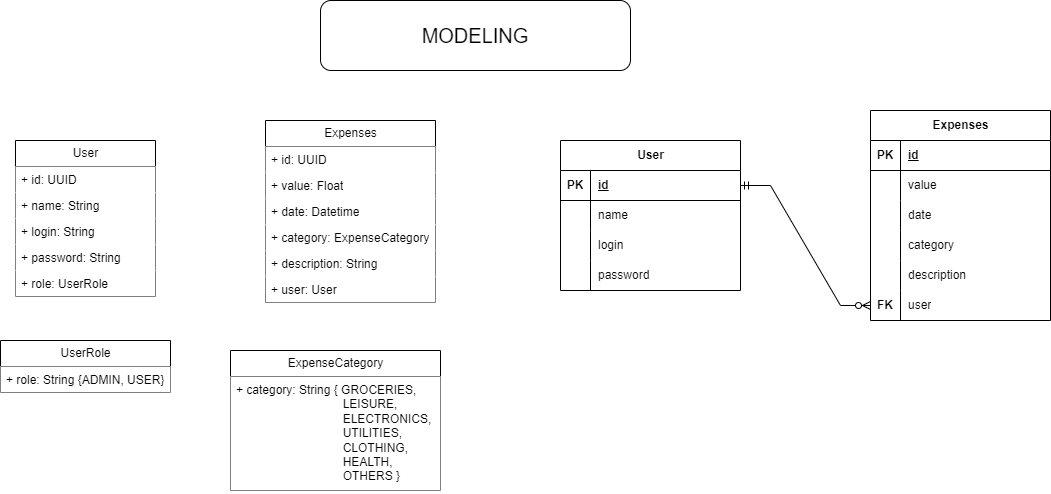
RenanCosta2/expense-tracker keeps this draw.io diagram as expense-tracker.drawio.png. Above is the earlier version. Source tidied: cells renumbered, new cells last; positions are measured from the earlier drawing's top-left corner, leaving out a move shared by most shapes.
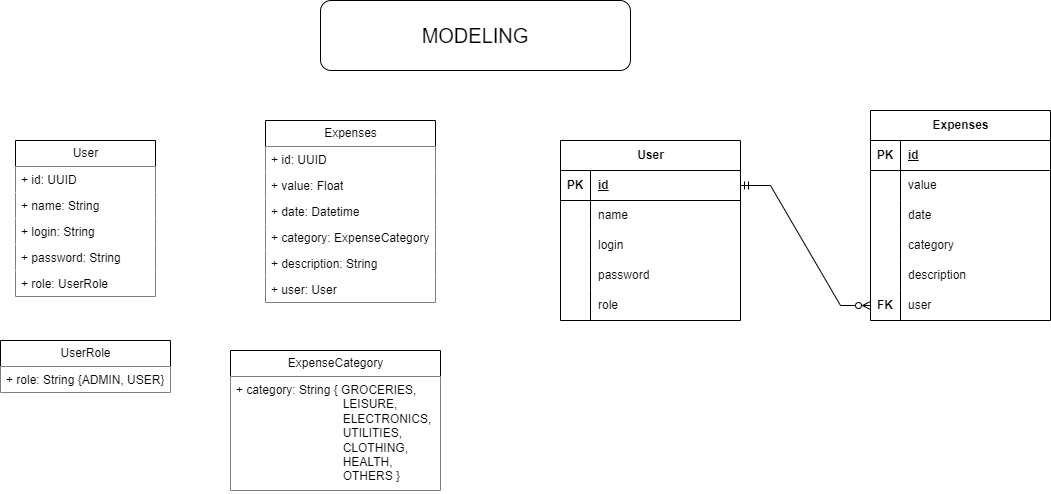
Later version of the same file.

Commit message:
docs: field role in db model

What changed in the source:
```diff
@@ -99,7 +99,7 @@
       <mxGeometry x="30" width="150" height="30" as="geometry" />
     </mxCell>
     <mxCell id="34" value="User" style="shape=table;startSize=30;rowLines=0;fontStyle=1;align=center;html=1;" parent="1" vertex="1">
-      <mxGeometry x="560" y="140" width="180" height="150" as="geometry" />
+      <mxGeometry x="560" y="140" width="180" height="180" as="geometry" />
     </mxCell>
     <mxCell id="35" style="shape=tableRow;horizontal=0;startSize=0;swimlaneHead=0;swimlaneBody=0;fillColor=none;points=[[0,0.5],[1,0.5]];portConstraint=eastwest;top=0;left=0;right=0;bottom=1;" parent="34" vertex="1">
       <mxGeometry y="30" width="180" height="30" as="geometry" />
@@ -137,6 +137,15 @@
     <mxCell id="46" value="password" style="shape=partialRectangle;fillColor=none;top=0;left=0;bottom=0;right=0;align=left;spacingLeft=6;overflow=hidden;whiteSpace=wrap;html=1;" parent="44" vertex="1">
       <mxGeometry x="30" width="150" height="30" as="geometry" />
     </mxCell>
+    <mxCell id="53" style="shape=tableRow;horizontal=0;startSize=0;swimlaneHead=0;swimlaneBody=0;fillColor=none;top=0;left=0;right=0;bottom=0;" parent="34" vertex="1">
+      <mxGeometry y="150" width="180" height="30" as="geometry" />
+    </mxCell>
+    <mxCell id="54" style="shape=partialRectangle;fillColor=none;top=0;left=0;bottom=0;right=0;overflow=hidden;whiteSpace=wrap;html=1;" parent="53" vertex="1">
+      <mxGeometry width="30" height="30" as="geometry" />
+    </mxCell>
+    <mxCell id="55" value="role" style="shape=partialRectangle;fillColor=none;top=0;left=0;bottom=0;right=0;align=left;spacingLeft=6;overflow=hidden;whiteSpace=wrap;html=1;" parent="53" vertex="1">
+      <mxGeometry x="30" width="150" height="30" as="geometry" />
+    </mxCell>
     <mxCell id="47" style="edgeStyle=entityRelationEdgeStyle;fontSize=12;html=1;endArrow=ERzeroToMany;startArrow=ERmandOne;rounded=0;exitX=1;exitY=0.5;exitDx=0;exitDy=0;" parent="1" edge="1" source="35" target="31">
       <mxGeometry relative="1" as="geometry" />
     </mxCell>
```
